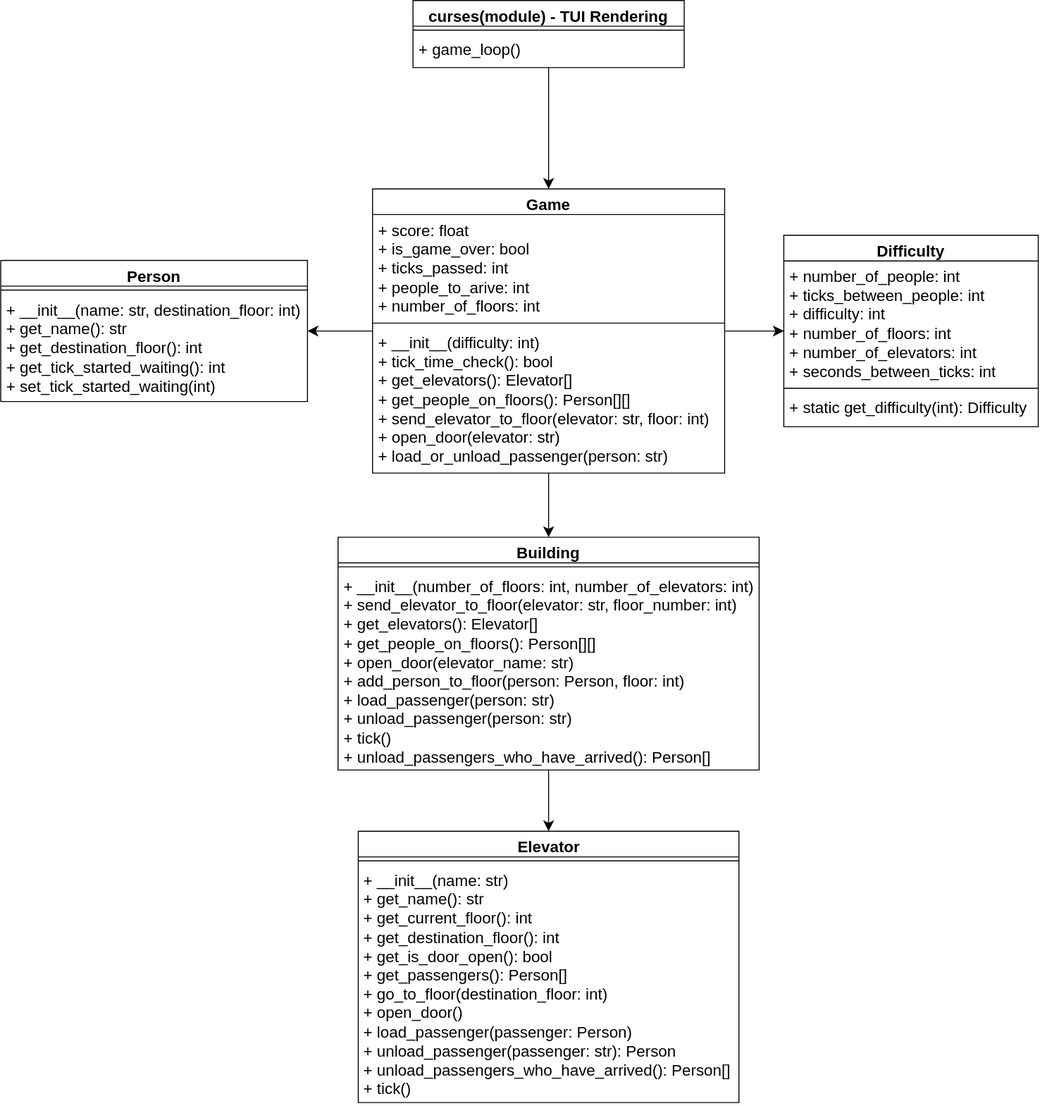
Before: docs/ElevatorGame.drawio.svg, a diagram exported from draw.io (smwa/elevator_game). Source tidied: cells renumbered, new cells last; positions are measured from the earlier drawing's top-left corner, leaving out a move shared by most shapes.
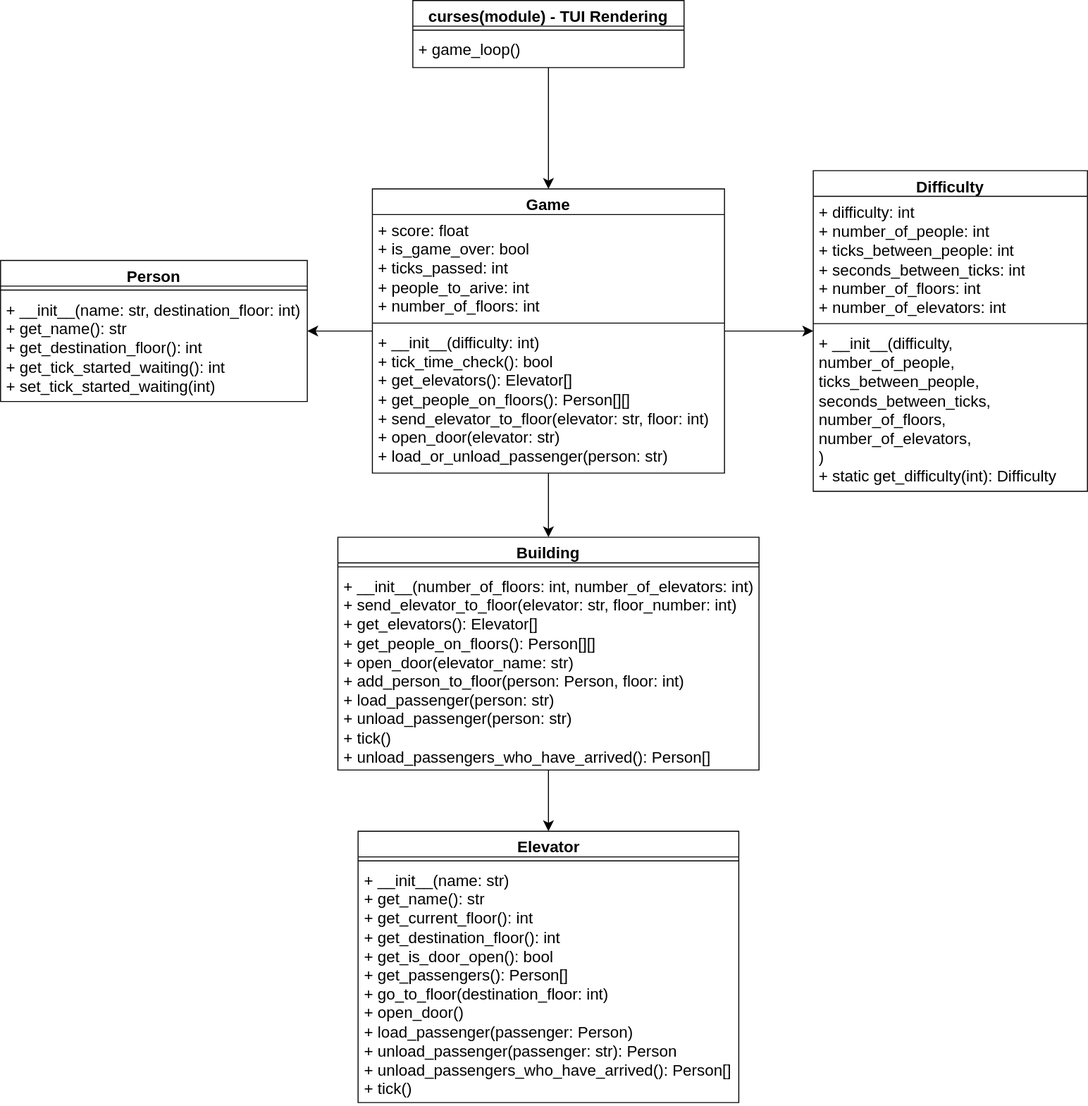
The same file after the commit.

Commit message:
Add difficulty constructor to diagram

What changed in the source:
```diff
@@ -15,16 +15,16 @@
       <mxGeometry y="34" width="275" height="34" as="geometry" />
     </mxCell>
     <mxCell id="6" value="Difficulty" style="swimlane;fontStyle=1;align=center;verticalAlign=top;horizontal=1;startSize=26;whiteSpace=wrap;html=1;fontSize=16;" parent="1" vertex="1">
-      <mxGeometry x="794" y="238" width="258" height="194" as="geometry" />
+      <mxGeometry x="824" y="172.5" width="278" height="325" as="geometry" />
     </mxCell>
-    <mxCell id="7" value="&lt;div&gt;+ number_of_people: int&lt;/div&gt;&lt;div&gt;+ ticks_between_people: int&lt;/div&gt;&lt;div&gt;+ difficulty: int&lt;/div&gt;&lt;div&gt;+ number_of_floors: int&lt;/div&gt;&lt;div&gt;+ number_of_elevators: int&lt;/div&gt;&lt;div&gt;+ seconds_between_ticks: int&lt;/div&gt;" style="text;strokeColor=none;fillColor=none;align=left;verticalAlign=top;spacingLeft=4;spacingRight=4;overflow=hidden;whiteSpace=wrap;html=1;fontSize=16;" parent="6" vertex="1">
-      <mxGeometry y="26" width="258" height="125" as="geometry" />
+    <mxCell id="7" value="&lt;div&gt;+ difficulty: int&lt;br&gt;&lt;/div&gt;&lt;div&gt;+ number_of_people: int&lt;/div&gt;&lt;div&gt;+ ticks_between_people: int&lt;/div&gt;&lt;div&gt;+ seconds_between_ticks: int&lt;br&gt;&lt;/div&gt;&lt;div&gt;+ number_of_floors: int&lt;/div&gt;&lt;div&gt;+ number_of_elevators: int&lt;/div&gt;" style="text;strokeColor=none;fillColor=none;align=left;verticalAlign=top;spacingLeft=4;spacingRight=4;overflow=hidden;whiteSpace=wrap;html=1;fontSize=16;" parent="6" vertex="1">
+      <mxGeometry y="26" width="278" height="125" as="geometry" />
     </mxCell>
     <mxCell id="8" style="line;strokeWidth=1;fillColor=none;align=left;verticalAlign=middle;spacingTop=-1;spacingLeft=3;spacingRight=3;labelPosition=right;strokeColor=inherit;fontSize=16;" parent="6" vertex="1">
-      <mxGeometry y="151" width="258" height="8" as="geometry" />
+      <mxGeometry y="151" width="278" height="8" as="geometry" />
     </mxCell>
-    <mxCell id="9" value="+ static get_difficulty(int): Difficulty" style="text;strokeColor=none;fillColor=none;align=left;verticalAlign=top;spacingLeft=4;spacingRight=4;overflow=hidden;whiteSpace=wrap;html=1;fontSize=16;" parent="6" vertex="1">
-      <mxGeometry y="159" width="258" height="35" as="geometry" />
+    <mxCell id="9" value="+ __init__(difficulty,&lt;br&gt;&amp;nbsp; &amp;nbsp; &amp;nbsp; &amp;nbsp; &amp;nbsp; &amp;nbsp; &amp;nbsp; &amp;nbsp; &amp;nbsp;number_of_people, &lt;br&gt;&amp;nbsp; &amp;nbsp; &amp;nbsp; &amp;nbsp; &amp;nbsp; &amp;nbsp; &amp;nbsp; &amp;nbsp; &amp;nbsp;ticks_between_people, &lt;br&gt;&amp;nbsp; &amp;nbsp; &amp;nbsp; &amp;nbsp; &amp;nbsp; &amp;nbsp; &amp;nbsp; &amp;nbsp; &amp;nbsp;seconds_between_ticks, &lt;br&gt;&amp;nbsp; &amp;nbsp; &amp;nbsp; &amp;nbsp; &amp;nbsp; &amp;nbsp; &amp;nbsp; &amp;nbsp; &amp;nbsp;number_of_floors, &lt;br&gt;&amp;nbsp; &amp;nbsp; &amp;nbsp; &amp;nbsp; &amp;nbsp; &amp;nbsp; &amp;nbsp; &amp;nbsp; &amp;nbsp;number_of_elevators,&lt;br&gt;)&lt;br&gt;+ static get_difficulty(int): Difficulty" style="text;strokeColor=none;fillColor=none;align=left;verticalAlign=top;spacingLeft=4;spacingRight=4;overflow=hidden;whiteSpace=wrap;html=1;fontSize=16;" parent="6" vertex="1">
+      <mxGeometry y="159" width="278" height="166" as="geometry" />
     </mxCell>
     <mxCell id="10" style="edgeStyle=none;curved=1;rounded=0;jettySize=auto;html=1;fontSize=12;startSize=8;endSize=8;" parent="1" edge="1" source="13" target="6">
       <mxGeometry relative="1" as="geometry" />
```
